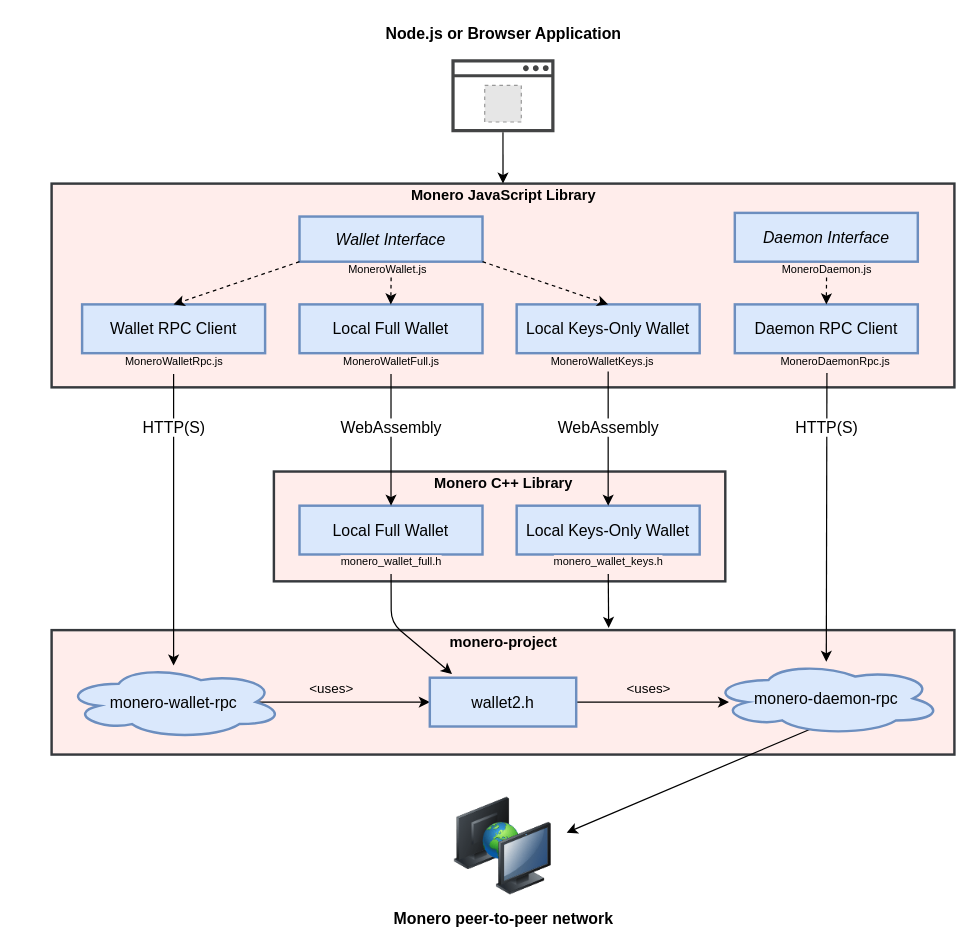
Above: docs/img/architecture.drawio in woodser/monero-ts (draw.io), before the change. Source tidied: cells renumbered, new cells numbered last; positions are measured from the earlier drawing's top-left corner, leaving out a move shared by most shapes. Both pictures are drawn from the tidied source at 122%, with x=0, y=0 at pixel (21, 21). Pictures stored in the file or linked from it are replaced by grey dashed boxes.
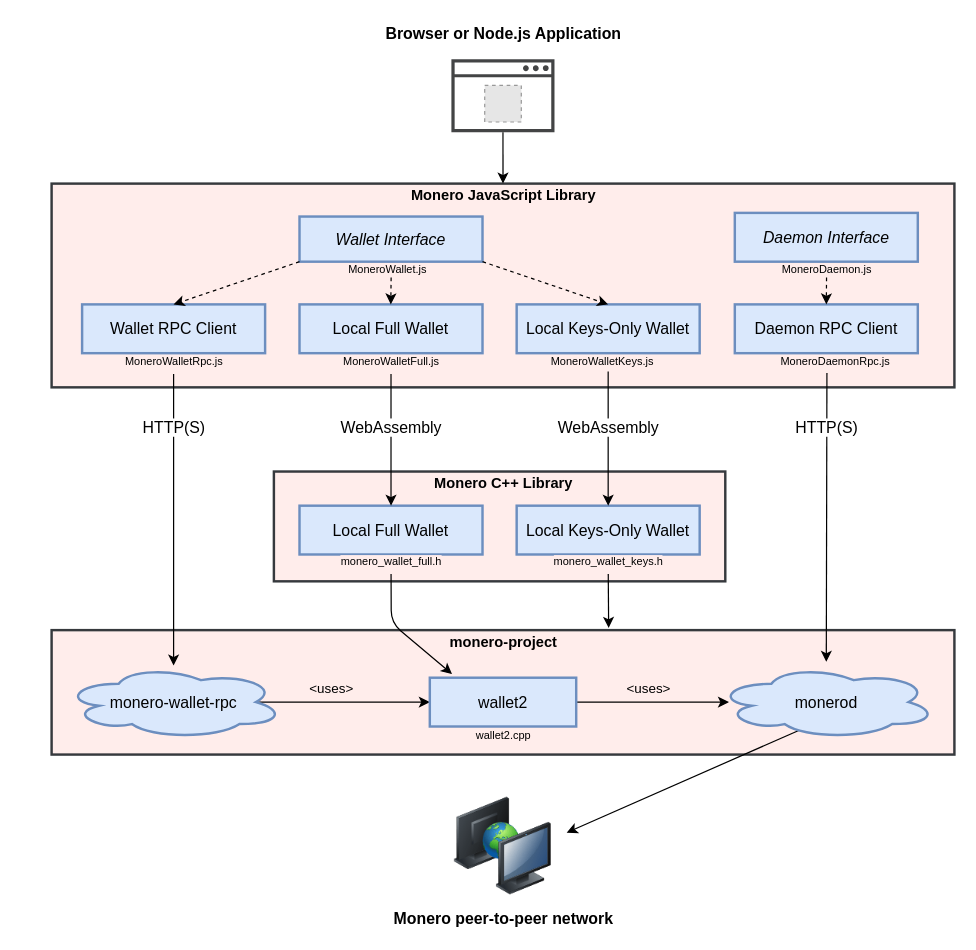
The same diagram, later.

Commit message (it also covers changes not shown here):
update architecture diagram

The change refers to these unchanged cells:
```xml
<mxCell id="37" value="MoneroDaemonRpc.js" style="text;html=1;align=center;verticalAlign=middle;points=[];fillColor=none;strokeColor=none;rounded=0;labelBackgroundColor=#FFEDEB;fontSize=9;labelBorderColor=none;" parent="1" vertex="1">
  <mxGeometry x="611.8" y="269" width="110" height="20" as="geometry" />
</mxCell>
```

Change to the diagram source:
```diff
@@
-    <mxCell id="7" value="wallet2.h" style="rounded=0;whiteSpace=wrap;html=1;fillColor=#dae8fc;strokeColor=#6c8ebf;strokeWidth=2;fontSize=13;" parent="1" vertex="1">
+    <mxCell id="7" value="wallet2" style="rounded=0;whiteSpace=wrap;html=1;fillColor=#dae8fc;strokeColor=#6c8ebf;strokeWidth=2;fontSize=13;" parent="1" vertex="1">
       <mxGeometry x="334.8" y="538" width="120" height="40" as="geometry" />
     </mxCell>
@@
-    <mxCell id="9" style="endArrow=classic;html=1;exitX=0.433;exitY=0.917;exitDx=0;exitDy=0;exitPerimeter=0;" parent="1" edge="1" source="32">
+    <mxCell id="9" style="endArrow=classic;html=1;exitX=0.39;exitY=0.867;exitDx=0;exitDy=0;exitPerimeter=0;" parent="1" edge="1" source="54">
       <mxGeometry relative="1" as="geometry">
         <mxPoint x="447" y="665" as="targetPoint" />
       </mxGeometry>
     </mxCell>
@@
-    <mxCell id="32" value="monero-daemon-rpc" style="ellipse;shape=cloud;whiteSpace=wrap;html=1;fillColor=#dae8fc;strokeColor=#6c8ebf;strokeWidth=2;fontSize=13;" parent="1" vertex="1">
-      <mxGeometry x="564.8" y="525" width="190" height="60" as="geometry" />
-    </mxCell>
-    <mxCell id="33" style="endArrow=classic;html=1;exitX=0.441;exitY=0.957;exitDx=0;exitDy=0;exitPerimeter=0;" parent="1" edge="1" source="37" target="32">
-      <mxGeometry relative="1" as="geometry" />
+    <mxCell id="33" style="endArrow=classic;html=1;exitX=0.441;exitY=0.957;exitDx=0;exitDy=0;exitPerimeter=0;" parent="1" edge="1" source="37">
+      <mxGeometry relative="1" as="geometry">
+        <mxPoint x="659.8" y="525" as="targetPoint" />
+      </mxGeometry>
     </mxCell>
@@
-    <mxCell id="45" value="Node.js or Browser Application" style="text;html=1;align=center;verticalAlign=middle;fillColor=none;strokeColor=none;rounded=0;labelBackgroundColor=#FFFFFF;fontSize=13;fontStyle=1;" parent="1" vertex="1">
+    <mxCell id="45" value="Browser or Node.js Application" style="text;html=1;align=center;verticalAlign=middle;fillColor=none;strokeColor=none;rounded=0;labelBackgroundColor=#FFFFFF;fontSize=13;fontStyle=1;" parent="1" vertex="1">
       <mxGeometry x="290" width="210" height="20" as="geometry" />
     </mxCell>
@@
+    <mxCell id="54" value="monerod" style="ellipse;shape=cloud;whiteSpace=wrap;html=1;fillColor=#dae8fc;strokeColor=#6c8ebf;strokeWidth=2;fontSize=13;" parent="1" vertex="1">
+      <mxGeometry x="569.8" y="528" width="180" height="60" as="geometry" />
+    </mxCell>
+    <mxCell id="55" value="wallet2.cpp" style="text;html=1;align=center;verticalAlign=middle;fillColor=none;strokeColor=none;rounded=0;labelBackgroundColor=#FFEDEB;fontSize=9;labelBorderColor=none;" parent="1" vertex="1">
+      <mxGeometry x="365" y="576" width="60" height="20" as="geometry" />
+    </mxCell>
```
